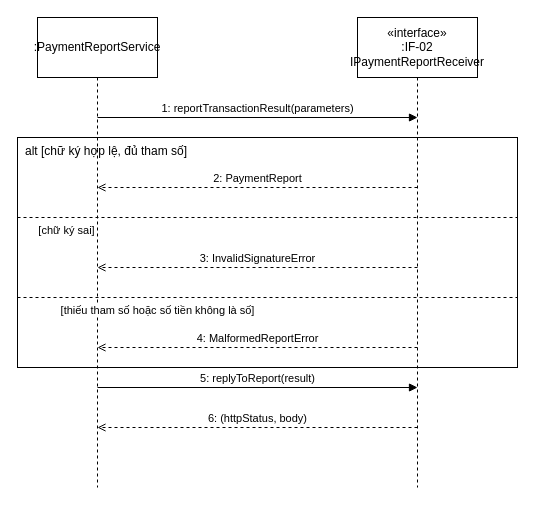
Earlier version of the draw.io diagram page 2 of 10 of design/diagrams/P11b-subsystem-SS-01.drawio (luytbq/app-dat-ve-xem-phim). Source tidied: cells renumbered, new cells numbered last; positions are measured from the earlier drawing's top-left corner, leaving out a move shared by most shapes. Both pictures are drawn from the tidied source at 100%, with x=0, y=0 at pixel (17, 17).
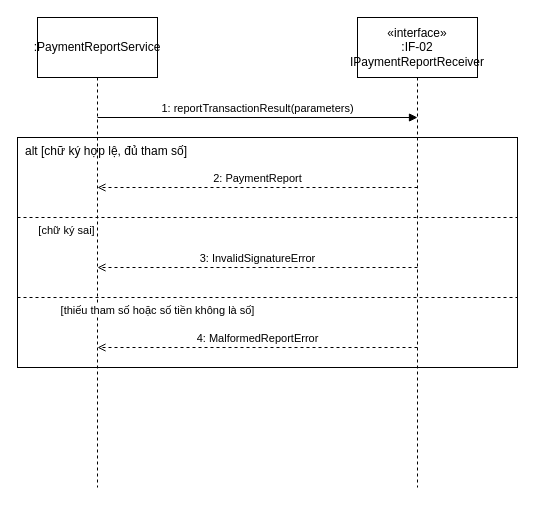
The same diagram, later.

What changed in the source:
```diff
@@
-    <mxCell id="11" value="5: replyToReport(result)" style="endArrow=block;endFill=1;html=1;verticalAlign=bottom;" parent="1" edge="1">
-      <mxGeometry relative="1" as="geometry">
-        <mxPoint x="80" y="370" as="sourcePoint" />
-        <mxPoint x="400" y="370" as="targetPoint" />
-      </mxGeometry>
-    </mxCell>
-    <mxCell id="12" value="6: (httpStatus, body)" style="endArrow=open;dashed=1;html=1;verticalAlign=bottom;" parent="1" edge="1">
-      <mxGeometry relative="1" as="geometry">
-        <mxPoint x="400" y="410" as="sourcePoint" />
-        <mxPoint x="80" y="410" as="targetPoint" />
-      </mxGeometry>
-    </mxCell>
```
